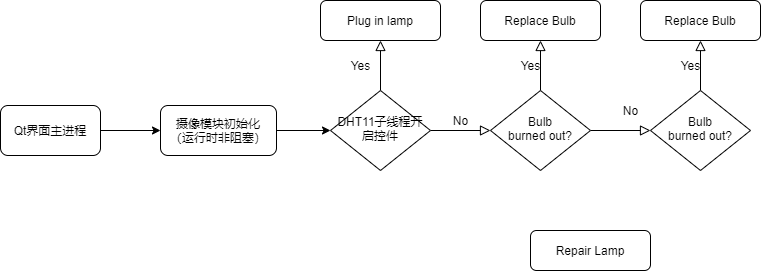
Above: 业务流程.png in daftpumpkin/IoT.io (draw.io), before the change. Source tidied: cells renumbered, new cells last; positions are measured from the earlier drawing's top-left corner, leaving out a move shared by most shapes. The source it was exported from:
```xml
<mxGraphModel>
  <root>
    <mxCell id="0" />
    <mxCell id="1" parent="0" />
    <mxCell id="2" style="edgeStyle=orthogonalEdgeStyle;rounded=0;jettySize=auto;html=1;exitX=1;exitY=0.5;exitDx=0;exitDy=0;entryX=0;entryY=0.5;entryDx=0;entryDy=0;" parent="1" edge="1" source="3" target="14">
      <mxGeometry relative="1" as="geometry" />
    </mxCell>
    <mxCell id="3" value="Qt界面主进程" style="rounded=1;whiteSpace=wrap;html=1;fontSize=12;glass=0;strokeWidth=1;shadow=0;" parent="1" vertex="1">
      <mxGeometry y="105" width="100" height="50" as="geometry" />
    </mxCell>
    <mxCell id="4" value="Yes" style="rounded=0;html=1;jettySize=auto;fontSize=11;endArrow=block;endFill=0;endSize=8;strokeWidth=1;shadow=0;labelBackgroundColor=none;edgeStyle=orthogonalEdgeStyle;exitX=0.5;exitY=0;exitDx=0;exitDy=0;entryX=0.5;entryY=1;entryDx=0;entryDy=0;" parent="1" edge="1" source="6" target="7">
      <mxGeometry y="20" relative="1" as="geometry" />
    </mxCell>
    <mxCell id="5" value="No" style="edgeStyle=orthogonalEdgeStyle;rounded=0;html=1;jettySize=auto;fontSize=11;endArrow=block;endFill=0;endSize=8;strokeWidth=1;shadow=0;labelBackgroundColor=none;exitX=1;exitY=0.5;exitDx=0;exitDy=0;entryX=0;entryY=0.5;entryDx=0;entryDy=0;" parent="1" edge="1" source="6" target="10">
      <mxGeometry y="10" relative="1" as="geometry" />
    </mxCell>
    <mxCell id="6" value="DHT11子线程开启控件" style="rhombus;whiteSpace=wrap;html=1;shadow=0;fontFamily=Helvetica;fontSize=12;align=center;strokeWidth=1;spacing=6;spacingTop=-4;" parent="1" vertex="1">
      <mxGeometry x="330" y="90" width="100" height="80" as="geometry" />
    </mxCell>
    <mxCell id="7" value="Plug in lamp" style="rounded=1;whiteSpace=wrap;html=1;fontSize=12;glass=0;strokeWidth=1;shadow=0;" parent="1" vertex="1">
      <mxGeometry x="320" width="120" height="40" as="geometry" />
    </mxCell>
    <mxCell id="8" value="No" style="rounded=0;html=1;jettySize=auto;fontSize=11;endArrow=block;endFill=0;endSize=8;strokeWidth=1;shadow=0;labelBackgroundColor=none;edgeStyle=orthogonalEdgeStyle;exitX=1;exitY=0.5;exitDx=0;exitDy=0;entryX=0;entryY=0.5;entryDx=0;entryDy=0;" parent="1" edge="1" source="10" target="16">
      <mxGeometry x="0.33" y="20" relative="1" as="geometry" />
    </mxCell>
    <mxCell id="9" value="Yes" style="edgeStyle=orthogonalEdgeStyle;rounded=0;html=1;jettySize=auto;fontSize=11;endArrow=block;endFill=0;endSize=8;strokeWidth=1;shadow=0;labelBackgroundColor=none;" parent="1" edge="1" source="10" target="12">
      <mxGeometry y="10" relative="1" as="geometry" />
    </mxCell>
    <mxCell id="10" value="Bulb&lt;br&gt;burned out?" style="rhombus;whiteSpace=wrap;html=1;shadow=0;fontFamily=Helvetica;fontSize=12;align=center;strokeWidth=1;spacing=6;spacingTop=-4;" parent="1" vertex="1">
      <mxGeometry x="490" y="90" width="100" height="80" as="geometry" />
    </mxCell>
    <mxCell id="11" value="Repair Lamp" style="rounded=1;whiteSpace=wrap;html=1;fontSize=12;glass=0;strokeWidth=1;shadow=0;" parent="1" vertex="1">
      <mxGeometry x="530" y="230" width="120" height="40" as="geometry" />
    </mxCell>
    <mxCell id="12" value="Replace Bulb" style="rounded=1;whiteSpace=wrap;html=1;fontSize=12;glass=0;strokeWidth=1;shadow=0;" parent="1" vertex="1">
      <mxGeometry x="480" width="120" height="40" as="geometry" />
    </mxCell>
    <mxCell id="13" style="edgeStyle=orthogonalEdgeStyle;rounded=0;jettySize=auto;html=1;exitX=1;exitY=0.5;exitDx=0;exitDy=0;entryX=0;entryY=0.5;entryDx=0;entryDy=0;" parent="1" edge="1" source="14" target="6">
      <mxGeometry relative="1" as="geometry" />
    </mxCell>
    <mxCell id="14" value="摄像模块初始化&lt;br&gt;（运行时非阻塞）" style="rounded=1;whiteSpace=wrap;html=1;" parent="1" vertex="1">
      <mxGeometry x="160" y="105" width="116" height="50" as="geometry" />
    </mxCell>
    <mxCell id="15" value="Yes" style="edgeStyle=orthogonalEdgeStyle;rounded=0;html=1;jettySize=auto;fontSize=11;endArrow=block;endFill=0;endSize=8;strokeWidth=1;shadow=0;labelBackgroundColor=none;" parent="1" edge="1" source="16" target="17">
      <mxGeometry y="10" relative="1" as="geometry" />
    </mxCell>
    <mxCell id="16" value="Bulb&lt;br&gt;burned out?" style="rhombus;whiteSpace=wrap;html=1;shadow=0;fontFamily=Helvetica;fontSize=12;align=center;strokeWidth=1;spacing=6;spacingTop=-4;" parent="1" vertex="1">
      <mxGeometry x="650" y="90" width="100" height="80" as="geometry" />
    </mxCell>
    <mxCell id="17" value="Replace Bulb" style="rounded=1;whiteSpace=wrap;html=1;fontSize=12;glass=0;strokeWidth=1;shadow=0;" parent="1" vertex="1">
      <mxGeometry x="640" width="120" height="40" as="geometry" />
    </mxCell>
  </root>
</mxGraphModel>
```
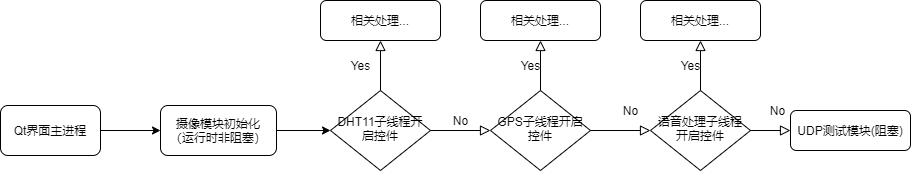
The same file after the commit.

What changed in the source:
```diff
@@ -17,7 +17,7 @@
     <mxCell id="6" value="DHT11子线程开启控件" style="rhombus;whiteSpace=wrap;html=1;shadow=0;fontFamily=Helvetica;fontSize=12;align=center;strokeWidth=1;spacing=6;spacingTop=-4;" parent="1" vertex="1">
       <mxGeometry x="330" y="90" width="100" height="80" as="geometry" />
     </mxCell>
-    <mxCell id="7" value="Plug in lamp" style="rounded=1;whiteSpace=wrap;html=1;fontSize=12;glass=0;strokeWidth=1;shadow=0;" parent="1" vertex="1">
+    <mxCell id="7" value="相关处理..." style="rounded=1;whiteSpace=wrap;html=1;fontSize=12;glass=0;strokeWidth=1;shadow=0;" parent="1" vertex="1">
       <mxGeometry x="320" width="120" height="40" as="geometry" />
     </mxCell>
     <mxCell id="8" value="No" style="rounded=0;html=1;jettySize=auto;fontSize=11;endArrow=block;endFill=0;endSize=8;strokeWidth=1;shadow=0;labelBackgroundColor=none;edgeStyle=orthogonalEdgeStyle;exitX=1;exitY=0.5;exitDx=0;exitDy=0;entryX=0;entryY=0.5;entryDx=0;entryDy=0;" parent="1" edge="1" source="10" target="16">
@@ -26,13 +26,13 @@
     <mxCell id="9" value="Yes" style="edgeStyle=orthogonalEdgeStyle;rounded=0;html=1;jettySize=auto;fontSize=11;endArrow=block;endFill=0;endSize=8;strokeWidth=1;shadow=0;labelBackgroundColor=none;" parent="1" edge="1" source="10" target="12">
       <mxGeometry y="10" relative="1" as="geometry" />
     </mxCell>
-    <mxCell id="10" value="Bulb&lt;br&gt;burned out?" style="rhombus;whiteSpace=wrap;html=1;shadow=0;fontFamily=Helvetica;fontSize=12;align=center;strokeWidth=1;spacing=6;spacingTop=-4;" parent="1" vertex="1">
+    <mxCell id="10" value="GPS子线程开启控件" style="rhombus;whiteSpace=wrap;html=1;shadow=0;fontFamily=Helvetica;fontSize=12;align=center;strokeWidth=1;spacing=6;spacingTop=-4;" parent="1" vertex="1">
       <mxGeometry x="490" y="90" width="100" height="80" as="geometry" />
     </mxCell>
-    <mxCell id="11" value="Repair Lamp" style="rounded=1;whiteSpace=wrap;html=1;fontSize=12;glass=0;strokeWidth=1;shadow=0;" parent="1" vertex="1">
-      <mxGeometry x="530" y="230" width="120" height="40" as="geometry" />
+    <mxCell id="11" value="UDP测试模块(阻塞)" style="rounded=1;whiteSpace=wrap;html=1;fontSize=12;glass=0;strokeWidth=1;shadow=0;" parent="1" vertex="1">
+      <mxGeometry x="790" y="110" width="120" height="40" as="geometry" />
     </mxCell>
-    <mxCell id="12" value="Replace Bulb" style="rounded=1;whiteSpace=wrap;html=1;fontSize=12;glass=0;strokeWidth=1;shadow=0;" parent="1" vertex="1">
+    <mxCell id="12" value="相关处理..." style="rounded=1;whiteSpace=wrap;html=1;fontSize=12;glass=0;strokeWidth=1;shadow=0;" parent="1" vertex="1">
       <mxGeometry x="480" width="120" height="40" as="geometry" />
     </mxCell>
     <mxCell id="13" style="edgeStyle=orthogonalEdgeStyle;rounded=0;jettySize=auto;html=1;exitX=1;exitY=0.5;exitDx=0;exitDy=0;entryX=0;entryY=0.5;entryDx=0;entryDy=0;" parent="1" edge="1" source="14" target="6">
@@ -44,11 +44,14 @@
     <mxCell id="15" value="Yes" style="edgeStyle=orthogonalEdgeStyle;rounded=0;html=1;jettySize=auto;fontSize=11;endArrow=block;endFill=0;endSize=8;strokeWidth=1;shadow=0;labelBackgroundColor=none;" parent="1" edge="1" source="16" target="17">
       <mxGeometry y="10" relative="1" as="geometry" />
     </mxCell>
-    <mxCell id="16" value="Bulb&lt;br&gt;burned out?" style="rhombus;whiteSpace=wrap;html=1;shadow=0;fontFamily=Helvetica;fontSize=12;align=center;strokeWidth=1;spacing=6;spacingTop=-4;" parent="1" vertex="1">
+    <mxCell id="16" value="语音处理子线程开启控件" style="rhombus;whiteSpace=wrap;html=1;shadow=0;fontFamily=Helvetica;fontSize=12;align=center;strokeWidth=1;spacing=6;spacingTop=-4;" parent="1" vertex="1">
       <mxGeometry x="650" y="90" width="100" height="80" as="geometry" />
     </mxCell>
-    <mxCell id="17" value="Replace Bulb" style="rounded=1;whiteSpace=wrap;html=1;fontSize=12;glass=0;strokeWidth=1;shadow=0;" parent="1" vertex="1">
+    <mxCell id="17" value="相关处理..." style="rounded=1;whiteSpace=wrap;html=1;fontSize=12;glass=0;strokeWidth=1;shadow=0;" parent="1" vertex="1">
       <mxGeometry x="640" width="120" height="40" as="geometry" />
     </mxCell>
+    <mxCell id="18" value="No" style="rounded=0;html=1;jettySize=auto;fontSize=11;endArrow=block;endFill=0;endSize=8;strokeWidth=1;shadow=0;labelBackgroundColor=none;edgeStyle=orthogonalEdgeStyle;exitX=1;exitY=0.5;exitDx=0;exitDy=0;entryX=0;entryY=0.5;entryDx=0;entryDy=0;" parent="1" edge="1" source="16" target="11">
+      <mxGeometry x="0.33" y="20" relative="1" as="geometry" />
+    </mxCell>
   </root>
 </mxGraphModel>
```
